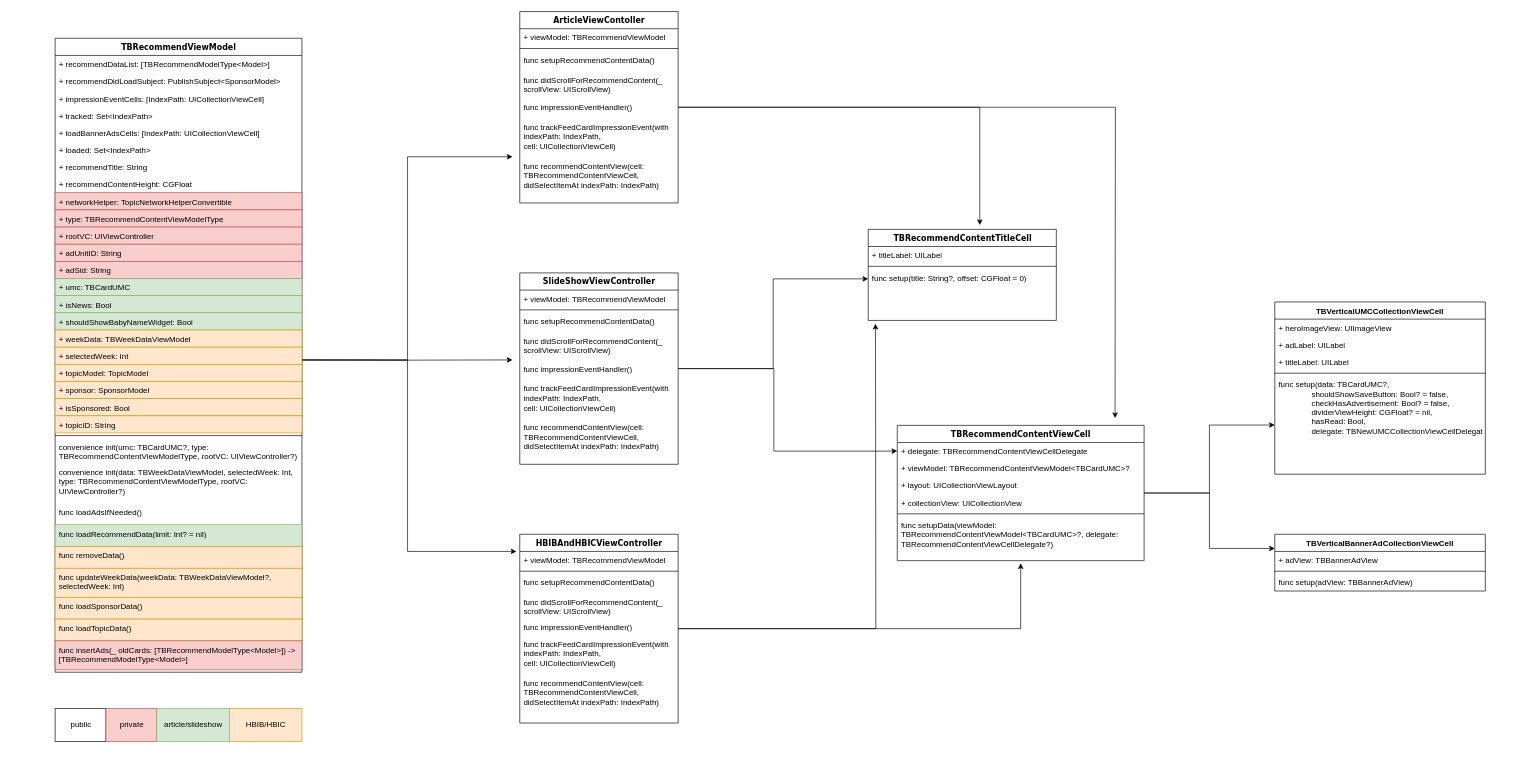
Above: Untitled Diagram.drawio in Jovins/RefactorUML (draw.io), before the change. Source tidied: cells renumbered, new cells numbered last; positions are measured from the earlier drawing's top-left corner, leaving out a move shared by most shapes. Both pictures are drawn from the tidied source at 66%, with x=0, y=0 at pixel (55, 11).
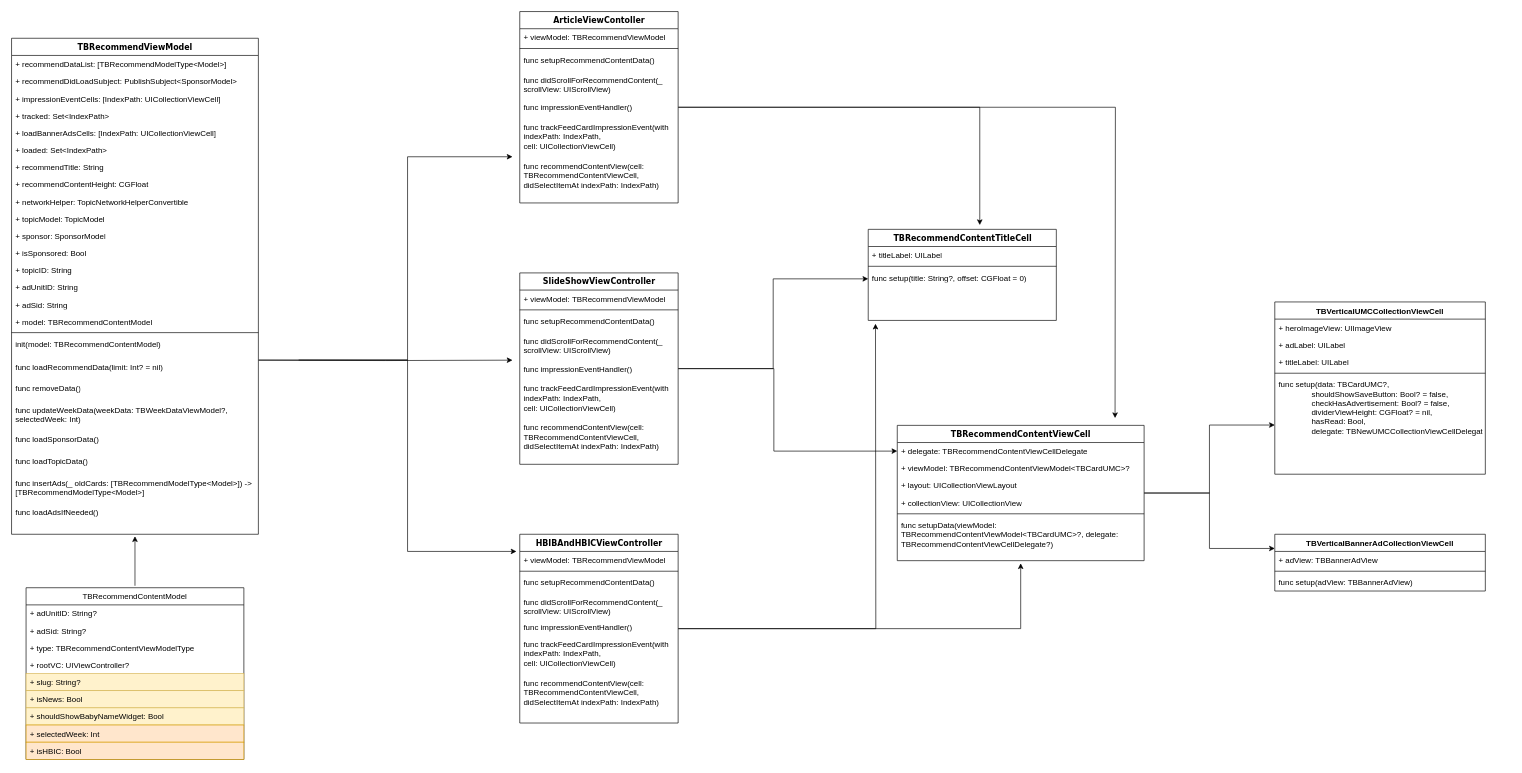
The same page after the edit.

The edit, as a diff of the source:
```diff
@@
-    <mxCell id="34" style="edgeStyle=orthogonalEdgeStyle;rounded=0;orthogonalLoop=1;jettySize=auto;html=1;" parent="1" edge="1">
-      <mxGeometry relative="1" as="geometry">
-        <mxPoint x="374" y="527.7" as="sourcePoint" />
-        <mxPoint x="693" y="527.8" as="targetPoint" />
-      </mxGeometry>
-    </mxCell>
+    <mxCell id="95" style="edgeStyle=orthogonalEdgeStyle;rounded=0;orthogonalLoop=1;jettySize=auto;html=1;" parent="1" edge="1">
+      <mxGeometry relative="1" as="geometry">
+        <mxPoint x="308" y="528.3" as="sourcePoint" />
+        <mxPoint x="693" y="528.2" as="targetPoint" />
+      </mxGeometry>
+    </mxCell>
-    <mxCell id="35" value="TBRecommendViewModel" style="swimlane;html=1;fontStyle=1;align=center;verticalAlign=top;horizontal=1;startSize=26;swimlaneFillColor=#ffffff;rounded=0;shadow=0;comic=0;labelBackgroundColor=none;strokeWidth=1;fillColor=none;fontFamily=Verdana;fontSize=12;" parent="1" vertex="1">
-      <mxGeometry y="40.5" width="374" height="960.5" as="geometry" />
+    <mxCell id="35" value="TBRecommendViewModel" style="swimlane;html=1;fontStyle=1;align=center;verticalAlign=top;horizontal=1;startSize=26;swimlaneFillColor=#ffffff;rounded=0;shadow=0;comic=0;labelBackgroundColor=none;strokeWidth=1;fontFamily=Verdana;fontSize=12;" parent="1" vertex="1">
+      <mxGeometry x="-66" y="40.5" width="374" height="751.5" as="geometry" />
     </mxCell>
@@
-    <mxCell id="44" value="+&amp;nbsp;networkHelper: TopicNetworkHelperConvertible" style="text;html=1;strokeColor=#b85450;fillColor=#f8cecc;align=left;verticalAlign=top;spacingLeft=4;spacingRight=4;whiteSpace=wrap;overflow=hidden;" parent="35" vertex="1">
+    <mxCell id="44" value="+&amp;nbsp;networkHelper: TopicNetworkHelperConvertible" style="text;html=1;align=left;verticalAlign=top;spacingLeft=4;spacingRight=4;whiteSpace=wrap;overflow=hidden;" parent="35" vertex="1">
       <mxGeometry y="234" width="374" height="26" as="geometry" />
     </mxCell>
-    <mxCell id="45" value="+&amp;nbsp;type: TBRecommendContentViewModelType" style="text;html=1;strokeColor=#b85450;fillColor=#f8cecc;align=left;verticalAlign=top;spacingLeft=4;spacingRight=4;whiteSpace=wrap;overflow=hidden;" parent="35" vertex="1">
+    <mxCell id="45" value="+&amp;nbsp;topicModel: TopicModel" style="text;html=1;align=left;verticalAlign=top;spacingLeft=4;spacingRight=4;whiteSpace=wrap;overflow=hidden;" parent="35" vertex="1">
       <mxGeometry y="260" width="374" height="26" as="geometry" />
     </mxCell>
-    <mxCell id="46" value="+&amp;nbsp;rootVC: UIViewController" style="text;html=1;strokeColor=#b85450;fillColor=#f8cecc;align=left;verticalAlign=top;spacingLeft=4;spacingRight=4;whiteSpace=wrap;overflow=hidden;" parent="35" vertex="1">
+    <mxCell id="46" value="+&amp;nbsp;sponsor: SponsorModel" style="text;html=1;align=left;verticalAlign=top;spacingLeft=4;spacingRight=4;whiteSpace=wrap;overflow=hidden;" parent="35" vertex="1">
       <mxGeometry y="286" width="374" height="26" as="geometry" />
     </mxCell>
+    <mxCell id="49" value="+&amp;nbsp;isSponsored: Bool" style="text;html=1;align=left;verticalAlign=top;spacingLeft=4;spacingRight=4;whiteSpace=wrap;overflow=hidden;" parent="35" vertex="1">
+      <mxGeometry y="312" width="374" height="26" as="geometry" />
+    </mxCell>
+    <mxCell id="50" value="+&amp;nbsp;topicID: String" style="text;html=1;align=left;verticalAlign=top;spacingLeft=4;spacingRight=4;whiteSpace=wrap;overflow=hidden;" parent="35" vertex="1">
+      <mxGeometry y="338" width="374" height="26" as="geometry" />
+    </mxCell>
-    <mxCell id="47" value="+&amp;nbsp;adUnitID: String" style="text;html=1;strokeColor=#b85450;fillColor=#f8cecc;align=left;verticalAlign=top;spacingLeft=4;spacingRight=4;whiteSpace=wrap;overflow=hidden;" parent="35" vertex="1">
-      <mxGeometry y="312" width="374" height="26" as="geometry" />
+    <mxCell id="47" value="+&amp;nbsp;adUnitID: String" style="text;html=1;align=left;verticalAlign=top;spacingLeft=4;spacingRight=4;whiteSpace=wrap;overflow=hidden;" parent="35" vertex="1">
+      <mxGeometry y="364" width="374" height="26" as="geometry" />
     </mxCell>
-    <mxCell id="48" value="+&amp;nbsp;adSid: String" style="text;html=1;strokeColor=#b85450;fillColor=#f8cecc;align=left;verticalAlign=top;spacingLeft=4;spacingRight=4;whiteSpace=wrap;overflow=hidden;" parent="35" vertex="1">
-      <mxGeometry y="338" width="374" height="26" as="geometry" />
+    <mxCell id="48" value="+&amp;nbsp;adSid: String" style="text;html=1;align=left;verticalAlign=top;spacingLeft=4;spacingRight=4;whiteSpace=wrap;overflow=hidden;" parent="35" vertex="1">
+      <mxGeometry y="390" width="374" height="26" as="geometry" />
     </mxCell>
-    <mxCell id="49" value="+&amp;nbsp;umc: TBCardUMC" style="text;html=1;strokeColor=#82b366;fillColor=#d5e8d4;align=left;verticalAlign=top;spacingLeft=4;spacingRight=4;whiteSpace=wrap;overflow=hidden;" parent="35" vertex="1">
-      <mxGeometry y="364" width="374" height="26" as="geometry" />
-    </mxCell>
-    <mxCell id="50" value="+&amp;nbsp;isNews: Bool" style="text;html=1;strokeColor=#82b366;fillColor=#d5e8d4;align=left;verticalAlign=top;spacingLeft=4;spacingRight=4;whiteSpace=wrap;overflow=hidden;" parent="35" vertex="1">
-      <mxGeometry y="390" width="374" height="26" as="geometry" />
-    </mxCell>
-    <mxCell id="51" value="+&amp;nbsp;shouldShowBabyNameWidget: Bool" style="text;html=1;strokeColor=#82b366;fillColor=#d5e8d4;align=left;verticalAlign=top;spacingLeft=4;spacingRight=4;whiteSpace=wrap;overflow=hidden;" parent="35" vertex="1">
+    <mxCell id="51" value="+ model: TBRecommendContentModel" style="text;html=1;align=left;verticalAlign=top;spacingLeft=4;spacingRight=4;whiteSpace=wrap;overflow=hidden;" parent="35" vertex="1">
       <mxGeometry y="416" width="374" height="26" as="geometry" />
     </mxCell>
-    <mxCell id="52" value="+&amp;nbsp;weekData: TBWeekDataViewModel" style="text;html=1;strokeColor=#d79b00;fillColor=#ffe6cc;align=left;verticalAlign=top;spacingLeft=4;spacingRight=4;whiteSpace=wrap;overflow=hidden;" parent="35" vertex="1">
-      <mxGeometry y="442" width="374" height="26" as="geometry" />
-    </mxCell>
-    <mxCell id="53" value="+&amp;nbsp;selectedWeek: Int" style="text;html=1;strokeColor=#d79b00;fillColor=#ffe6cc;align=left;verticalAlign=top;spacingLeft=4;spacingRight=4;whiteSpace=wrap;overflow=hidden;" parent="35" vertex="1">
-      <mxGeometry y="468" width="374" height="26" as="geometry" />
-    </mxCell>
-    <mxCell id="54" value="+&amp;nbsp;topicModel: TopicModel" style="text;html=1;strokeColor=#d79b00;fillColor=#ffe6cc;align=left;verticalAlign=top;spacingLeft=4;spacingRight=4;whiteSpace=wrap;overflow=hidden;" parent="35" vertex="1">
-      <mxGeometry y="494" width="374" height="26" as="geometry" />
-    </mxCell>
-    <mxCell id="55" value="+&amp;nbsp;sponsor: SponsorModel" style="text;html=1;strokeColor=#d79b00;fillColor=#ffe6cc;align=left;verticalAlign=top;spacingLeft=4;spacingRight=4;whiteSpace=wrap;overflow=hidden;" parent="35" vertex="1">
-      <mxGeometry y="520" width="374" height="26" as="geometry" />
-    </mxCell>
-    <mxCell id="56" value="+&amp;nbsp;isSponsored: Bool" style="text;html=1;strokeColor=#d79b00;fillColor=#ffe6cc;align=left;verticalAlign=top;spacingLeft=4;spacingRight=4;whiteSpace=wrap;overflow=hidden;" parent="35" vertex="1">
-      <mxGeometry y="546" width="374" height="26" as="geometry" />
-    </mxCell>
-    <mxCell id="57" value="+&amp;nbsp;topicID: String" style="text;html=1;strokeColor=#d79b00;fillColor=#ffe6cc;align=left;verticalAlign=top;spacingLeft=4;spacingRight=4;whiteSpace=wrap;overflow=hidden;" parent="35" vertex="1">
-      <mxGeometry y="572" width="374" height="26" as="geometry" />
-    </mxCell>
     <mxCell id="58" style="line;html=1;strokeWidth=1;fillColor=none;align=left;verticalAlign=middle;spacingTop=-1;spacingLeft=3;spacingRight=3;labelPosition=right;" parent="35" vertex="1">
-      <mxGeometry y="598" width="374" height="8" as="geometry" />
+      <mxGeometry y="442" width="374" height="8" as="geometry" />
     </mxCell>
-    <mxCell id="59" value="convenience init(umc: TBCardUMC?, type: TBRecommendContentViewModelType, rootVC: UIViewController?)" style="text;html=1;strokeColor=none;fillColor=none;align=left;verticalAlign=top;spacingLeft=4;spacingRight=4;whiteSpace=wrap;overflow=hidden;" parent="35" vertex="1">
-      <mxGeometry y="606" width="374" height="38" as="geometry" />
+    <mxCell id="59" value="init(model: TBRecommendContentModel)" style="text;html=1;strokeColor=none;fillColor=none;align=left;verticalAlign=top;spacingLeft=4;spacingRight=4;whiteSpace=wrap;overflow=hidden;" parent="35" vertex="1">
+      <mxGeometry y="450" width="374" height="34" as="geometry" />
     </mxCell>
-    <mxCell id="60" value="convenience init(data: TBWeekDataViewModel, selectedWeek: Int, type: TBRecommendContentViewModelType, rootVC: UIViewController?)" style="text;html=1;strokeColor=none;fillColor=none;align=left;verticalAlign=top;spacingLeft=4;spacingRight=4;whiteSpace=wrap;overflow=hidden;" parent="35" vertex="1">
-      <mxGeometry y="644" width="374" height="60" as="geometry" />
-    </mxCell>
-    <mxCell id="61" value="func loadAdsIfNeeded()" style="text;html=1;strokeColor=none;fillColor=none;align=left;verticalAlign=top;spacingLeft=4;spacingRight=4;whiteSpace=wrap;overflow=hidden;" parent="35" vertex="1">
-      <mxGeometry y="704" width="374" height="33" as="geometry" />
-    </mxCell>
-    <mxCell id="62" value="func loadRecommendData(limit: Int? = nil)" style="text;html=1;strokeColor=#82b366;fillColor=#d5e8d4;align=left;verticalAlign=top;spacingLeft=4;spacingRight=4;whiteSpace=wrap;overflow=hidden;" parent="35" vertex="1">
-      <mxGeometry y="737" width="374" height="33" as="geometry" />
+    <mxCell id="62" value="func loadRecommendData(limit: Int? = nil)" style="text;html=1;align=left;verticalAlign=top;spacingLeft=4;spacingRight=4;whiteSpace=wrap;overflow=hidden;" parent="35" vertex="1">
+      <mxGeometry y="484" width="374" height="33" as="geometry" />
     </mxCell>
-    <mxCell id="63" value="func removeData()" style="text;html=1;strokeColor=#d79b00;fillColor=#ffe6cc;align=left;verticalAlign=top;spacingLeft=4;spacingRight=4;whiteSpace=wrap;overflow=hidden;" parent="35" vertex="1">
-      <mxGeometry y="770" width="374" height="33" as="geometry" />
+    <mxCell id="63" value="func removeData()" style="text;html=1;align=left;verticalAlign=top;spacingLeft=4;spacingRight=4;whiteSpace=wrap;overflow=hidden;" parent="35" vertex="1">
+      <mxGeometry y="517" width="374" height="33" as="geometry" />
     </mxCell>
-    <mxCell id="64" value="func updateWeekData(weekData: TBWeekDataViewModel?, selectedWeek: Int)" style="text;html=1;strokeColor=#d79b00;fillColor=#ffe6cc;align=left;verticalAlign=top;spacingLeft=4;spacingRight=4;whiteSpace=wrap;overflow=hidden;" parent="35" vertex="1">
-      <mxGeometry y="803" width="374" height="44" as="geometry" />
+    <mxCell id="64" value="func updateWeekData(weekData: TBWeekDataViewModel?, selectedWeek: Int)" style="text;html=1;align=left;verticalAlign=top;spacingLeft=4;spacingRight=4;whiteSpace=wrap;overflow=hidden;" parent="35" vertex="1">
+      <mxGeometry y="550" width="374" height="44" as="geometry" />
     </mxCell>
-    <mxCell id="65" value="func loadSponsorData()" style="text;html=1;strokeColor=#d79b00;fillColor=#ffe6cc;align=left;verticalAlign=top;spacingLeft=4;spacingRight=4;whiteSpace=wrap;overflow=hidden;" parent="35" vertex="1">
-      <mxGeometry y="847" width="374" height="33" as="geometry" />
+    <mxCell id="65" value="func loadSponsorData()" style="text;html=1;align=left;verticalAlign=top;spacingLeft=4;spacingRight=4;whiteSpace=wrap;overflow=hidden;" parent="35" vertex="1">
+      <mxGeometry y="594" width="374" height="33" as="geometry" />
     </mxCell>
-    <mxCell id="66" value="func loadTopicData()" style="text;html=1;strokeColor=#d79b00;fillColor=#ffe6cc;align=left;verticalAlign=top;spacingLeft=4;spacingRight=4;whiteSpace=wrap;overflow=hidden;" parent="35" vertex="1">
-      <mxGeometry y="880" width="374" height="33" as="geometry" />
+    <mxCell id="66" value="func loadTopicData()" style="text;html=1;align=left;verticalAlign=top;spacingLeft=4;spacingRight=4;whiteSpace=wrap;overflow=hidden;" parent="35" vertex="1">
+      <mxGeometry y="627" width="374" height="33" as="geometry" />
     </mxCell>
-    <mxCell id="67" value="func insertAds(_ oldCards: [TBRecommendModelType&amp;lt;Model&amp;gt;]) -&amp;gt; [TBRecommendModelType&amp;lt;Model&amp;gt;]" style="text;html=1;strokeColor=#b85450;fillColor=#f8cecc;align=left;verticalAlign=top;spacingLeft=4;spacingRight=4;whiteSpace=wrap;overflow=hidden;" parent="35" vertex="1">
-      <mxGeometry y="913" width="374" height="44" as="geometry" />
+    <mxCell id="67" value="func insertAds(_ oldCards: [TBRecommendModelType&amp;lt;Model&amp;gt;]) -&amp;gt; [TBRecommendModelType&amp;lt;Model&amp;gt;]" style="text;html=1;align=left;verticalAlign=top;spacingLeft=4;spacingRight=4;whiteSpace=wrap;overflow=hidden;" parent="35" vertex="1">
+      <mxGeometry y="660" width="374" height="44" as="geometry" />
     </mxCell>
+    <mxCell id="61" value="func loadAdsIfNeeded()" style="text;html=1;strokeColor=none;fillColor=none;align=left;verticalAlign=top;spacingLeft=4;spacingRight=4;whiteSpace=wrap;overflow=hidden;" parent="35" vertex="1">
+      <mxGeometry y="704" width="374" height="33" as="geometry" />
+    </mxCell>
@@
-    <mxCell id="91" value="public" style="html=1;" parent="1" vertex="1">
-      <mxGeometry y="1056" width="77" height="50" as="geometry" />
-    </mxCell>
-    <mxCell id="92" value="private" style="html=1;fillColor=#f8cecc;strokeColor=#b85450;" parent="1" vertex="1">
-      <mxGeometry x="77" y="1056" width="77" height="50" as="geometry" />
-    </mxCell>
-    <mxCell id="93" value="article/slideshow" style="html=1;fillColor=#d5e8d4;strokeColor=#82b366;" parent="1" vertex="1">
-      <mxGeometry x="154" y="1056" width="110" height="50" as="geometry" />
-    </mxCell>
-    <mxCell id="94" value="HBIB/HBIC" style="html=1;fillColor=#ffe6cc;strokeColor=#d79b00;" parent="1" vertex="1">
-      <mxGeometry x="264" y="1056" width="110" height="50" as="geometry" />
-    </mxCell>
+    <mxCell id="96" style="edgeStyle=orthogonalEdgeStyle;rounded=0;orthogonalLoop=1;jettySize=auto;html=1;" parent="1" edge="1">
+      <mxGeometry relative="1" as="geometry">
+        <mxPoint x="121" y="870" as="sourcePoint" />
+        <mxPoint x="121" y="795" as="targetPoint" />
+      </mxGeometry>
+    </mxCell>
+    <mxCell id="97" value="TBRecommendContentModel" style="swimlane;fontStyle=0;horizontal=1;startSize=26;fillColor=none;" parent="1" vertex="1">
+      <mxGeometry x="-44" y="873" width="330" height="260" as="geometry" />
+    </mxCell>
+    <mxCell id="98" value="+ adUnitID: String?" style="text;strokeColor=none;fillColor=none;align=left;verticalAlign=top;spacingLeft=4;spacingRight=4;overflow=hidden;" parent="97" vertex="1">
+      <mxGeometry y="26" width="330" height="26" as="geometry" />
+    </mxCell>
+    <mxCell id="99" value="+ adSid: String?" style="text;strokeColor=none;fillColor=none;align=left;verticalAlign=top;spacingLeft=4;spacingRight=4;overflow=hidden;" parent="97" vertex="1">
+      <mxGeometry y="52" width="330" height="26" as="geometry" />
+    </mxCell>
+    <mxCell id="100" value="+ type: TBRecommendContentViewModelType" style="text;strokeColor=none;fillColor=none;align=left;verticalAlign=top;spacingLeft=4;spacingRight=4;overflow=hidden;" parent="97" vertex="1">
+      <mxGeometry y="78" width="330" height="26" as="geometry" />
+    </mxCell>
+    <mxCell id="101" value="+ rootVC: UIViewController?" style="text;strokeColor=none;fillColor=none;align=left;verticalAlign=top;spacingLeft=4;spacingRight=4;overflow=hidden;" parent="97" vertex="1">
+      <mxGeometry y="104" width="330" height="26" as="geometry" />
+    </mxCell>
+    <mxCell id="102" value="+ slug: String?" style="text;strokeColor=#d6b656;fillColor=#fff2cc;align=left;verticalAlign=top;spacingLeft=4;spacingRight=4;overflow=hidden;" parent="97" vertex="1">
+      <mxGeometry y="130" width="330" height="26" as="geometry" />
+    </mxCell>
+    <mxCell id="103" value="+ isNews: Bool" style="text;strokeColor=#d6b656;fillColor=#fff2cc;align=left;verticalAlign=top;spacingLeft=4;spacingRight=4;overflow=hidden;" parent="97" vertex="1">
+      <mxGeometry y="156" width="330" height="26" as="geometry" />
+    </mxCell>
+    <mxCell id="104" value="+ shouldShowBabyNameWidget: Bool" style="text;strokeColor=#d6b656;fillColor=#fff2cc;align=left;verticalAlign=top;spacingLeft=4;spacingRight=4;overflow=hidden;" parent="97" vertex="1">
+      <mxGeometry y="182" width="330" height="26" as="geometry" />
+    </mxCell>
+    <mxCell id="53" value="+ selectedWeek: Int" style="text;strokeColor=#d79b00;fillColor=#ffe6cc;align=left;verticalAlign=top;spacingLeft=4;spacingRight=4;overflow=hidden;" parent="97" vertex="1">
+      <mxGeometry y="208" width="330" height="26" as="geometry" />
+    </mxCell>
+    <mxCell id="105" value="+ isHBIC: Bool" style="text;strokeColor=#d79b00;fillColor=#ffe6cc;align=left;verticalAlign=top;spacingLeft=4;spacingRight=4;overflow=hidden;" parent="97" vertex="1">
+      <mxGeometry y="234" width="330" height="26" as="geometry" />
+    </mxCell>
```
